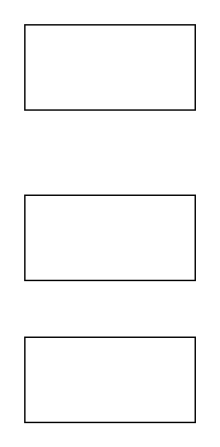
INDIGOMOOD225/Diagrams keeps this draw.io diagram as Untitled Diagram.drawio. Above is the earlier version. Source tidied: cells renumbered, new cells numbered last; positions are measured from the earlier drawing's top-left corner, leaving out a move shared by most shapes. Both pictures are drawn from the tidied source at 142%, with x=0, y=0 at pixel (24, 24).
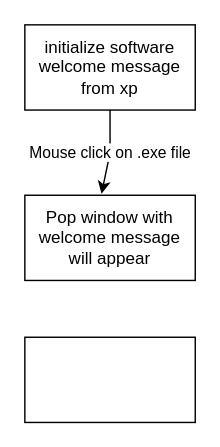
The same page after the edit.

The edit, as a diff of the source:
```diff
@@
 <mxGraphModel>
   <root>
     <mxCell id="0" />
     <mxCell id="1" parent="0" />
-    <mxCell id="2" style="rounded=0;whiteSpace=wrap;html=1;" parent="1" vertex="1">
+    <mxCell id="2" value="initialize software&lt;br&gt;welcome message from xp" style="rounded=0;whiteSpace=wrap;html=1;" parent="1" vertex="1">
       <mxGeometry width="120" height="60" as="geometry" />
     </mxCell>
     <mxCell id="3" style="rounded=0;whiteSpace=wrap;html=1;" parent="1" vertex="1">
       <mxGeometry y="220" width="120" height="60" as="geometry" />
     </mxCell>
-    <mxCell id="4" style="rounded=0;whiteSpace=wrap;html=1;" parent="1" vertex="1">
+    <mxCell id="4" value="Pop window with welcome message will appear" style="rounded=0;whiteSpace=wrap;html=1;" parent="1" vertex="1">
       <mxGeometry y="120" width="120" height="60" as="geometry" />
     </mxCell>
+    <mxCell id="5" value="Mouse click on .exe file" style="endArrow=classic;html=1;rounded=0;entryX=0.45;entryY=-0.017;entryDx=0;entryDy=0;entryPerimeter=0;exitX=0.5;exitY=1;exitDx=0;exitDy=0;" parent="1" edge="1" source="2" target="4">
+      <mxGeometry relative="1" as="geometry">
+        <Array as="points">
+          <mxPoint x="60" y="90" />
+        </Array>
+      </mxGeometry>
+    </mxCell>
   </root>
 </mxGraphModel>
```
